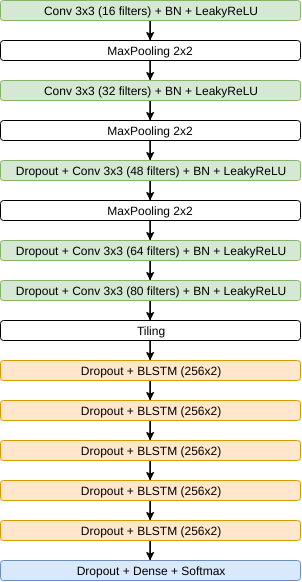
This is doc/arch/puigcerver/puigcerver.png from arthurflor23/handwritten-text-recognition, a draw.io export, as it was before one commit. Source tidied: cells renumbered, new cells last; positions are measured from the earlier drawing's top-left corner, leaving out a move shared by most shapes.
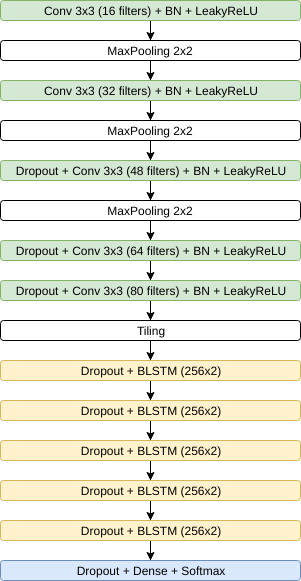
Above is the later version.

What changed in the source:
```diff
@@ -2,42 +2,42 @@
   <root>
     <mxCell id="0" />
     <mxCell id="1" parent="0" />
-    <mxCell id="2" style="edgeStyle=orthogonalEdgeStyle;rounded=0;jettySize=auto;html=1;" parent="1" edge="1" source="3" target="5">
-      <mxGeometry relative="1" as="geometry" />
-    </mxCell>
+    <mxCell id="31" style="edgeStyle=orthogonalEdgeStyle;rounded=0;jettySize=auto;html=1;" parent="1" edge="1" source="3" target="33">
+      <mxGeometry relative="1" as="geometry" />
+    </mxCell>
     <mxCell id="3" value="Conv 3x3 (16 filters) +&amp;nbsp;BN + LeakyReLU" style="rounded=1;whiteSpace=wrap;html=1;fillColor=#d5e8d4;strokeColor=#82b366;" parent="1" vertex="1">
       <mxGeometry width="300" height="20" as="geometry" />
     </mxCell>
-    <mxCell id="4" style="edgeStyle=orthogonalEdgeStyle;rounded=0;jettySize=auto;html=1;" parent="1" edge="1" source="5" target="7">
-      <mxGeometry relative="1" as="geometry" />
-    </mxCell>
-    <mxCell id="5" value="MaxPooling 2x2" style="rounded=1;whiteSpace=wrap;html=1;" parent="1" vertex="1">
-      <mxGeometry y="40" width="300" height="20" as="geometry" />
-    </mxCell>
-    <mxCell id="6" style="edgeStyle=orthogonalEdgeStyle;rounded=0;jettySize=auto;html=1;" parent="1" edge="1" source="7" target="9">
-      <mxGeometry relative="1" as="geometry" />
-    </mxCell>
+    <mxCell id="32" style="edgeStyle=orthogonalEdgeStyle;rounded=0;jettySize=auto;html=1;" parent="1" edge="1" source="33" target="7">
+      <mxGeometry relative="1" as="geometry" />
+    </mxCell>
+    <mxCell id="33" value="MaxPooling 2x2" style="rounded=1;whiteSpace=wrap;html=1;" parent="1" vertex="1">
+      <mxGeometry y="40" width="300" height="20" as="geometry" />
+    </mxCell>
+    <mxCell id="34" style="edgeStyle=orthogonalEdgeStyle;rounded=0;jettySize=auto;html=1;" parent="1" edge="1" source="7" target="36">
+      <mxGeometry relative="1" as="geometry" />
+    </mxCell>
     <mxCell id="7" value="Conv 3x3 (32 filters)&amp;nbsp;+&amp;nbsp;BN + LeakyReLU" style="rounded=1;whiteSpace=wrap;html=1;fillColor=#d5e8d4;strokeColor=#82b366;" parent="1" vertex="1">
       <mxGeometry y="80" width="300" height="20" as="geometry" />
     </mxCell>
-    <mxCell id="8" style="edgeStyle=orthogonalEdgeStyle;rounded=0;jettySize=auto;html=1;" parent="1" edge="1" source="9" target="11">
-      <mxGeometry relative="1" as="geometry" />
-    </mxCell>
-    <mxCell id="9" value="MaxPooling 2x2" style="rounded=1;whiteSpace=wrap;html=1;" parent="1" vertex="1">
-      <mxGeometry y="120" width="300" height="20" as="geometry" />
-    </mxCell>
-    <mxCell id="10" style="edgeStyle=orthogonalEdgeStyle;rounded=0;jettySize=auto;html=1;" parent="1" edge="1" source="11" target="13">
-      <mxGeometry relative="1" as="geometry" />
-    </mxCell>
+    <mxCell id="35" style="edgeStyle=orthogonalEdgeStyle;rounded=0;jettySize=auto;html=1;" parent="1" edge="1" source="36" target="11">
+      <mxGeometry relative="1" as="geometry" />
+    </mxCell>
+    <mxCell id="36" value="MaxPooling 2x2" style="rounded=1;whiteSpace=wrap;html=1;" parent="1" vertex="1">
+      <mxGeometry y="120" width="300" height="20" as="geometry" />
+    </mxCell>
+    <mxCell id="37" style="edgeStyle=orthogonalEdgeStyle;rounded=0;jettySize=auto;html=1;" parent="1" edge="1" source="11" target="39">
+      <mxGeometry relative="1" as="geometry" />
+    </mxCell>
     <mxCell id="11" value="Dropout + Conv 3x3 (48 filters)&amp;nbsp;+&amp;nbsp;BN + LeakyReLU&lt;br&gt;" style="rounded=1;whiteSpace=wrap;html=1;fillColor=#d5e8d4;strokeColor=#82b366;" parent="1" vertex="1">
       <mxGeometry y="160" width="300" height="20" as="geometry" />
     </mxCell>
-    <mxCell id="12" style="edgeStyle=orthogonalEdgeStyle;rounded=0;jettySize=auto;html=1;" parent="1" edge="1" source="13" target="15">
-      <mxGeometry relative="1" as="geometry" />
-    </mxCell>
-    <mxCell id="13" value="MaxPooling 2x2" style="rounded=1;whiteSpace=wrap;html=1;" parent="1" vertex="1">
-      <mxGeometry y="200" width="300" height="20" as="geometry" />
-    </mxCell>
+    <mxCell id="38" style="edgeStyle=orthogonalEdgeStyle;rounded=0;jettySize=auto;html=1;" parent="1" edge="1" source="39" target="15">
+      <mxGeometry relative="1" as="geometry" />
+    </mxCell>
+    <mxCell id="39" value="MaxPooling 2x2" style="rounded=1;whiteSpace=wrap;html=1;" parent="1" vertex="1">
+      <mxGeometry y="200" width="300" height="20" as="geometry" />
+    </mxCell>
     <mxCell id="14" style="edgeStyle=orthogonalEdgeStyle;rounded=0;jettySize=auto;html=1;" parent="1" edge="1" source="15" target="17">
       <mxGeometry relative="1" as="geometry" />
     </mxCell>
@@ -50,42 +50,42 @@
     <mxCell id="17" value="Dropout + Conv 3x3 (80 filters)&amp;nbsp;+&amp;nbsp;BN + LeakyReLU" style="rounded=1;whiteSpace=wrap;html=1;fillColor=#d5e8d4;strokeColor=#82b366;" parent="1" vertex="1">
       <mxGeometry y="280" width="300" height="20" as="geometry" />
     </mxCell>
-    <mxCell id="18" style="edgeStyle=orthogonalEdgeStyle;rounded=0;jettySize=auto;html=1;" parent="1" edge="1" source="19" target="21">
-      <mxGeometry relative="1" as="geometry" />
-    </mxCell>
+    <mxCell id="40" style="edgeStyle=orthogonalEdgeStyle;rounded=0;jettySize=auto;html=1;" parent="1" edge="1" source="19" target="42">
+      <mxGeometry relative="1" as="geometry" />
+    </mxCell>
     <mxCell id="19" value="Tiling" style="rounded=1;whiteSpace=wrap;html=1;" parent="1" vertex="1">
       <mxGeometry y="320" width="300" height="20" as="geometry" />
     </mxCell>
-    <mxCell id="20" style="edgeStyle=orthogonalEdgeStyle;rounded=0;jettySize=auto;html=1;" parent="1" edge="1" source="21" target="23">
-      <mxGeometry relative="1" as="geometry" />
-    </mxCell>
-    <mxCell id="21" value="Dropout + BLSTM (256x2)" style="rounded=1;whiteSpace=wrap;html=1;fillColor=#ffe6cc;strokeColor=#d79b00;" parent="1" vertex="1">
-      <mxGeometry y="360" width="300" height="20" as="geometry" />
-    </mxCell>
-    <mxCell id="22" style="edgeStyle=orthogonalEdgeStyle;rounded=0;jettySize=auto;html=1;" parent="1" edge="1" source="23" target="25">
-      <mxGeometry relative="1" as="geometry" />
-    </mxCell>
-    <mxCell id="23" value="Dropout +&amp;nbsp;BLSTM (256x2)" style="rounded=1;whiteSpace=wrap;html=1;fillColor=#ffe6cc;strokeColor=#d79b00;" parent="1" vertex="1">
-      <mxGeometry y="400" width="300" height="20" as="geometry" />
-    </mxCell>
-    <mxCell id="24" style="edgeStyle=orthogonalEdgeStyle;rounded=0;jettySize=auto;html=1;" parent="1" edge="1" source="25" target="27">
-      <mxGeometry relative="1" as="geometry" />
-    </mxCell>
-    <mxCell id="25" value="Dropout +&amp;nbsp;BLSTM (256x2)" style="rounded=1;whiteSpace=wrap;html=1;fillColor=#ffe6cc;strokeColor=#d79b00;" parent="1" vertex="1">
-      <mxGeometry y="440" width="300" height="20" as="geometry" />
-    </mxCell>
-    <mxCell id="26" style="edgeStyle=orthogonalEdgeStyle;rounded=0;jettySize=auto;html=1;" parent="1" edge="1" source="27" target="29">
-      <mxGeometry relative="1" as="geometry" />
-    </mxCell>
-    <mxCell id="27" value="Dropout +&amp;nbsp;BLSTM (256x2)" style="rounded=1;whiteSpace=wrap;html=1;fillColor=#ffe6cc;strokeColor=#d79b00;" parent="1" vertex="1">
-      <mxGeometry y="480" width="300" height="20" as="geometry" />
-    </mxCell>
-    <mxCell id="28" style="edgeStyle=orthogonalEdgeStyle;rounded=0;jettySize=auto;html=1;" parent="1" edge="1" source="29" target="30">
-      <mxGeometry relative="1" as="geometry" />
-    </mxCell>
-    <mxCell id="29" value="Dropout +&amp;nbsp;BLSTM (256x2)" style="rounded=1;whiteSpace=wrap;html=1;fillColor=#ffe6cc;strokeColor=#d79b00;" parent="1" vertex="1">
-      <mxGeometry y="520" width="300" height="20" as="geometry" />
-    </mxCell>
+    <mxCell id="41" style="edgeStyle=orthogonalEdgeStyle;rounded=0;jettySize=auto;html=1;" parent="1" edge="1" source="42" target="44">
+      <mxGeometry relative="1" as="geometry" />
+    </mxCell>
+    <mxCell id="42" value="Dropout + BLSTM (256x2)" style="rounded=1;whiteSpace=wrap;html=1;fillColor=#fff2cc;strokeColor=#d6b656;" parent="1" vertex="1">
+      <mxGeometry y="360" width="300" height="20" as="geometry" />
+    </mxCell>
+    <mxCell id="43" style="edgeStyle=orthogonalEdgeStyle;rounded=0;jettySize=auto;html=1;" parent="1" edge="1" source="44" target="46">
+      <mxGeometry relative="1" as="geometry" />
+    </mxCell>
+    <mxCell id="44" value="Dropout +&amp;nbsp;BLSTM (256x2)" style="rounded=1;whiteSpace=wrap;html=1;fillColor=#fff2cc;strokeColor=#d6b656;" parent="1" vertex="1">
+      <mxGeometry y="400" width="300" height="20" as="geometry" />
+    </mxCell>
+    <mxCell id="45" style="edgeStyle=orthogonalEdgeStyle;rounded=0;jettySize=auto;html=1;" parent="1" edge="1" source="46" target="48">
+      <mxGeometry relative="1" as="geometry" />
+    </mxCell>
+    <mxCell id="46" value="Dropout +&amp;nbsp;BLSTM (256x2)" style="rounded=1;whiteSpace=wrap;html=1;fillColor=#fff2cc;strokeColor=#d6b656;" parent="1" vertex="1">
+      <mxGeometry y="440" width="300" height="20" as="geometry" />
+    </mxCell>
+    <mxCell id="47" style="edgeStyle=orthogonalEdgeStyle;rounded=0;jettySize=auto;html=1;" parent="1" edge="1" source="48" target="50">
+      <mxGeometry relative="1" as="geometry" />
+    </mxCell>
+    <mxCell id="48" value="Dropout +&amp;nbsp;BLSTM (256x2)" style="rounded=1;whiteSpace=wrap;html=1;fillColor=#fff2cc;strokeColor=#d6b656;" parent="1" vertex="1">
+      <mxGeometry y="480" width="300" height="20" as="geometry" />
+    </mxCell>
+    <mxCell id="49" style="edgeStyle=orthogonalEdgeStyle;rounded=0;jettySize=auto;html=1;" parent="1" edge="1" source="50" target="30">
+      <mxGeometry relative="1" as="geometry" />
+    </mxCell>
+    <mxCell id="50" value="Dropout +&amp;nbsp;BLSTM (256x2)" style="rounded=1;whiteSpace=wrap;html=1;fillColor=#fff2cc;strokeColor=#d6b656;" parent="1" vertex="1">
+      <mxGeometry y="520" width="300" height="20" as="geometry" />
+    </mxCell>
     <mxCell id="30" value="Dropout +&amp;nbsp;Dense + Softmax" style="rounded=1;whiteSpace=wrap;html=1;fillColor=#dae8fc;strokeColor=#6c8ebf;" parent="1" vertex="1">
       <mxGeometry y="560" width="300" height="20" as="geometry" />
     </mxCell>
```
